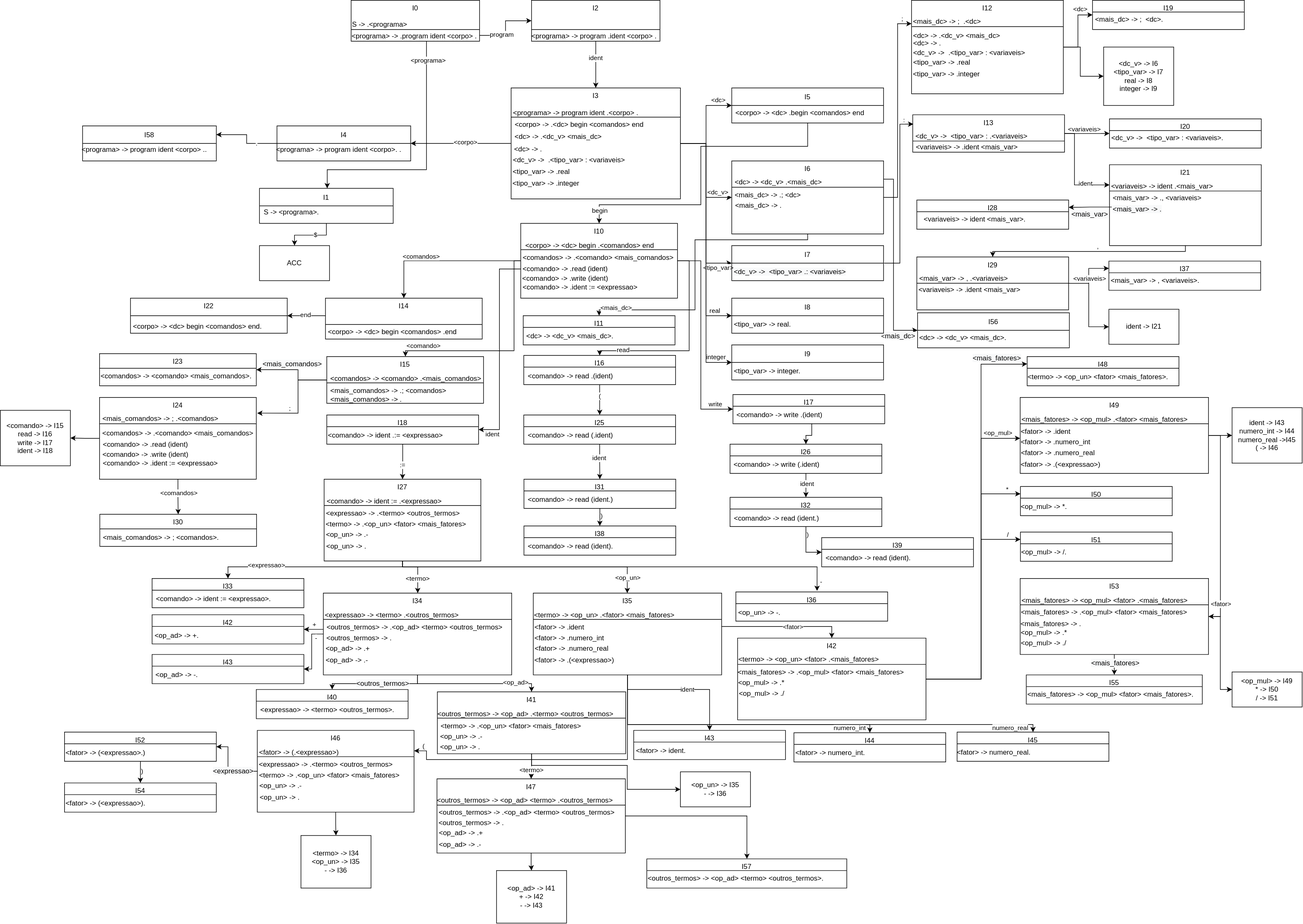
Above: syntatic/Syntatic_Automata_LALG.svg in SousaPedroso/compiler (draw.io), before the change. Source tidied: cells renumbered, new cells last; positions are measured from the earlier drawing's top-left corner, leaving out a move shared by most shapes.
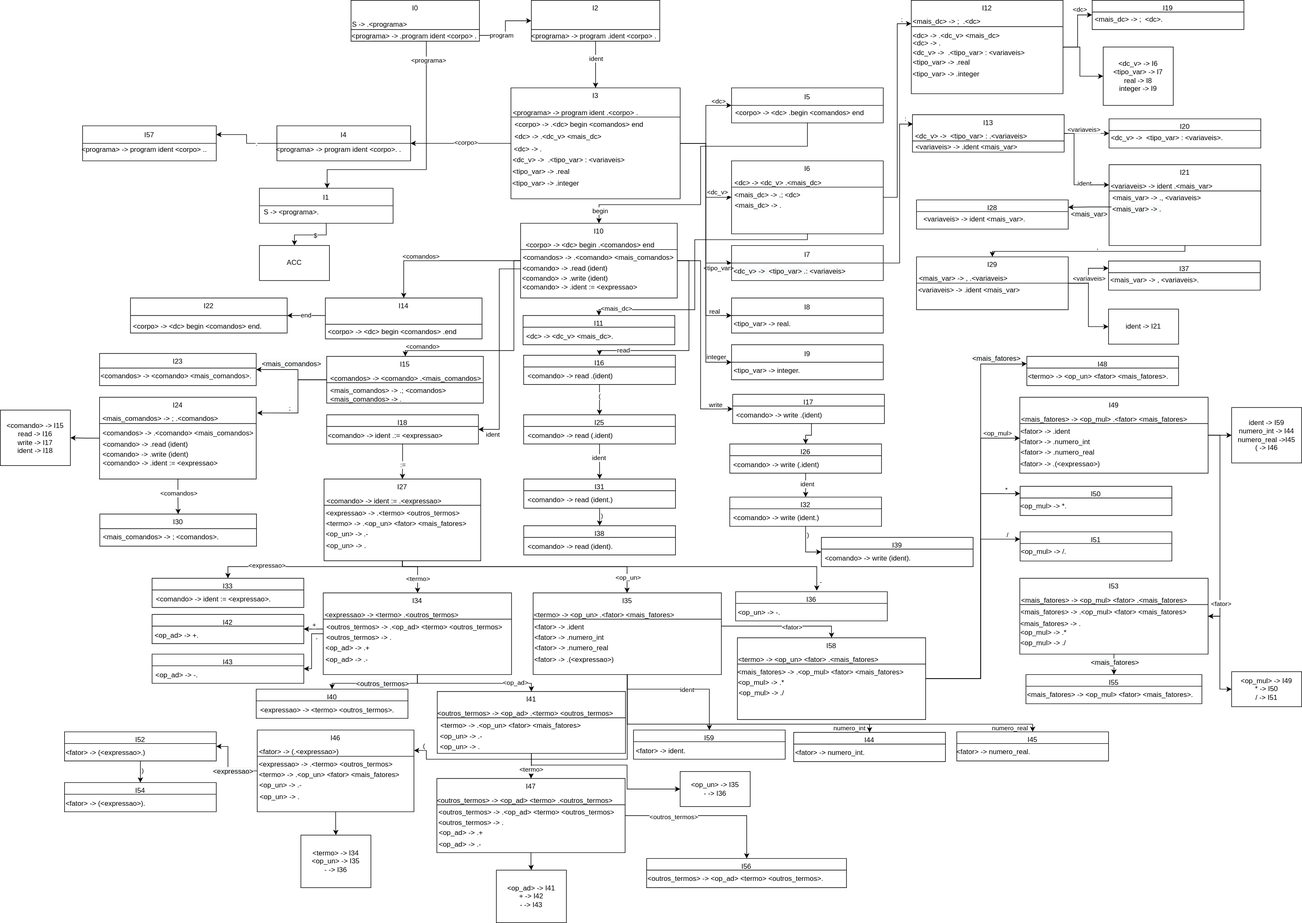
The same file after the commit.

Commit message:
Removed duplicated states

What changed in the source:
```diff
@@ -161,19 +161,6 @@
         <mxPoint x="2" y="-9" as="offset" />
       </mxGeometry>
     </mxCell>
-    <mxCell id="43" style="edgeStyle=orthogonalEdgeStyle;rounded=0;jettySize=auto;html=1;entryX=0;entryY=0.5;entryDx=0;entryDy=0;exitX=1;exitY=0.25;exitDx=0;exitDy=0;" parent="1" edge="1" source="45" target="315">
-      <mxGeometry relative="1" as="geometry">
-        <Array as="points">
-          <mxPoint x="1530" y="306" />
-          <mxPoint x="1530" y="565" />
-        </Array>
-      </mxGeometry>
-    </mxCell>
-    <mxCell id="44" value="&amp;lt;&lt;span style=&quot;font-size: 12px; background-color: rgb(248, 249, 250);&quot;&gt;mais_dc&amp;gt;&lt;/span&gt;" style="edgeLabel;html=1;align=center;verticalAlign=middle;" parent="43" vertex="1">
-      <mxGeometry x="0.54" relative="1" as="geometry">
-        <mxPoint x="8" y="41" as="offset" />
-      </mxGeometry>
-    </mxCell>
     <mxCell id="45" value="I6" style="swimlane;fontStyle=0;horizontal=1;startSize=45;labelBackgroundColor=none;fillColor=none;verticalAlign=top;" parent="1" vertex="1">
       <mxGeometry x="1253" y="275" width="260" height="125" as="geometry" />
     </mxCell>
@@ -732,7 +719,7 @@
     <mxCell id="185" value="I32" style="swimlane;fontStyle=0;horizontal=1;startSize=20;labelBackgroundColor=none;fillColor=none;verticalAlign=top;" parent="1" vertex="1">
       <mxGeometry x="1250" y="851" width="260" height="50" as="geometry" />
     </mxCell>
-    <mxCell id="186" value="&amp;lt;comando&amp;gt; -&amp;gt; read (ident.)" style="text;html=1;strokeColor=none;fillColor=none;align=center;verticalAlign=middle;whiteSpace=wrap;rounded=0;labelBackgroundColor=none;" parent="1" vertex="1">
+    <mxCell id="186" value="&amp;lt;comando&amp;gt; -&amp;gt; write (ident.)" style="text;html=1;strokeColor=none;fillColor=none;align=center;verticalAlign=middle;whiteSpace=wrap;rounded=0;labelBackgroundColor=none;" parent="1" vertex="1">
       <mxGeometry x="1251" y="876" width="158" height="21" as="geometry" />
     </mxCell>
     <mxCell id="187" value="I33" style="swimlane;fontStyle=0;horizontal=1;startSize=20;labelBackgroundColor=none;fillColor=none;verticalAlign=top;" parent="1" vertex="1">
@@ -909,7 +896,7 @@
     <mxCell id="226" value="I39" style="swimlane;fontStyle=0;horizontal=1;startSize=20;labelBackgroundColor=none;fillColor=none;verticalAlign=top;" parent="1" vertex="1">
       <mxGeometry x="1407" y="920" width="260" height="50" as="geometry" />
     </mxCell>
-    <mxCell id="227" value="&amp;lt;comando&amp;gt; -&amp;gt; read (ident)." style="text;html=1;strokeColor=none;fillColor=none;align=center;verticalAlign=middle;whiteSpace=wrap;rounded=0;labelBackgroundColor=none;" parent="1" vertex="1">
+    <mxCell id="227" value="&amp;lt;comando&amp;gt; -&amp;gt; write (ident)." style="text;html=1;strokeColor=none;fillColor=none;align=center;verticalAlign=middle;whiteSpace=wrap;rounded=0;labelBackgroundColor=none;" parent="1" vertex="1">
       <mxGeometry x="1408" y="945" width="158" height="21" as="geometry" />
     </mxCell>
     <mxCell id="228" value="I40" style="swimlane;fontStyle=0;horizontal=1;startSize=20;labelBackgroundColor=none;fillColor=none;verticalAlign=top;" parent="1" vertex="1">
@@ -1013,7 +1000,7 @@
         <mxPoint y="-8" as="offset" />
       </mxGeometry>
     </mxCell>
-    <mxCell id="250" value="I42" style="swimlane;fontStyle=0;horizontal=1;startSize=45;labelBackgroundColor=none;fillColor=none;verticalAlign=top;" parent="1" vertex="1">
+    <mxCell id="250" value="I58" style="swimlane;fontStyle=0;horizontal=1;startSize=45;labelBackgroundColor=none;fillColor=none;verticalAlign=top;" parent="1" vertex="1">
       <mxGeometry x="1263" y="1092" width="322.6" height="140" as="geometry" />
     </mxCell>
     <mxCell id="251" value="&amp;lt;termo&amp;gt; -&amp;gt; &amp;lt;op_un&amp;gt; &amp;lt;fator&amp;gt; .&amp;lt;mais_fatores&amp;gt;" style="text;html=1;strokeColor=none;fillColor=none;align=center;verticalAlign=middle;whiteSpace=wrap;rounded=0;labelBackgroundColor=none;" parent="1" vertex="1">
@@ -1028,7 +1015,7 @@
     <mxCell id="254" value="&amp;lt;op_mul&amp;gt; -&amp;gt; ./" style="text;html=1;strokeColor=none;fillColor=none;align=center;verticalAlign=middle;whiteSpace=wrap;rounded=0;" parent="1" vertex="1">
       <mxGeometry x="1260.2" y="1177" width="88.8" height="20" as="geometry" />
     </mxCell>
-    <mxCell id="255" value="I43" style="swimlane;fontStyle=0;horizontal=1;startSize=20;labelBackgroundColor=none;fillColor=none;verticalAlign=top;" parent="1" vertex="1">
+    <mxCell id="255" value="I59" style="swimlane;fontStyle=0;horizontal=1;startSize=20;labelBackgroundColor=none;fillColor=none;verticalAlign=top;" parent="1" vertex="1">
       <mxGeometry x="1085" y="1250" width="260" height="50" as="geometry" />
     </mxCell>
     <mxCell id="256" value="&amp;lt;fator&amp;gt; -&amp;gt; ident." style="text;html=1;strokeColor=none;fillColor=none;align=center;verticalAlign=middle;whiteSpace=wrap;rounded=0;labelBackgroundColor=none;" parent="1" vertex="1">
@@ -1088,6 +1075,11 @@
         </Array>
       </mxGeometry>
     </mxCell>
+    <mxCell id="323" value="&amp;lt;outros_termos&amp;gt;" style="edgeLabel;html=1;align=center;verticalAlign=middle;" parent="271" vertex="1">
+      <mxGeometry x="-0.41" y="-1" relative="1" as="geometry">
+        <mxPoint y="1" as="offset" />
+      </mxGeometry>
+    </mxCell>
     <mxCell id="272" value="I47" style="swimlane;fontStyle=0;horizontal=1;startSize=45;labelBackgroundColor=none;fillColor=none;verticalAlign=top;" parent="1" vertex="1">
       <mxGeometry x="748" y="1333" width="322.6" height="127" as="geometry" />
     </mxCell>
@@ -1196,7 +1188,7 @@
     <mxCell id="304" value="&amp;lt;mais_fatores&amp;gt; -&amp;gt; &amp;lt;op_mul&amp;gt; &amp;lt;fator&amp;gt; .&amp;lt;mais_fatores&amp;gt;" style="text;html=1;strokeColor=none;fillColor=none;align=center;verticalAlign=middle;whiteSpace=wrap;rounded=0;labelBackgroundColor=none;" parent="1" vertex="1">
       <mxGeometry x="1744" y="1017" width="296" height="21" as="geometry" />
     </mxCell>
-    <mxCell id="305" value="ident -&amp;gt; I43&lt;br&gt;numero_int -&amp;gt; I44&lt;br&gt;numero_real -&amp;gt;I45&lt;br&gt;( -&amp;gt; I46" style="rounded=0;whiteSpace=wrap;html=1;" parent="1" vertex="1">
+    <mxCell id="305" value="ident -&amp;gt; I59&lt;br&gt;numero_int -&amp;gt; I44&lt;br&gt;numero_real -&amp;gt;I45&lt;br&gt;( -&amp;gt; I46" style="rounded=0;whiteSpace=wrap;html=1;" parent="1" vertex="1">
       <mxGeometry x="2110" y="697.5" width="120" height="95" as="geometry" />
     </mxCell>
     <mxCell id="306" value="&amp;lt;mais_fatores&amp;gt; -&amp;gt; .&amp;lt;op_mul&amp;gt; &amp;lt;fator&amp;gt; &amp;lt;mais_fatores&amp;gt;" style="text;html=1;strokeColor=none;fillColor=none;align=center;verticalAlign=middle;whiteSpace=wrap;rounded=0;" parent="1" vertex="1">
@@ -1226,13 +1218,7 @@
     <mxCell id="314" value="&amp;lt;op_mul&amp;gt; -&amp;gt; I49&lt;br&gt;* -&amp;gt; I50&lt;br&gt;/ -&amp;gt; I51" style="rounded=0;whiteSpace=wrap;html=1;" parent="1" vertex="1">
       <mxGeometry x="2110" y="1150" width="120" height="60" as="geometry" />
     </mxCell>
-    <mxCell id="315" value="I56" style="swimlane;fontStyle=0;horizontal=1;startSize=30;labelBackgroundColor=none;fillColor=none;" parent="1" vertex="1">
-      <mxGeometry x="1571.2" y="535" width="260" height="60" as="geometry" />
-    </mxCell>
-    <mxCell id="316" value="&amp;lt;dc&amp;gt; -&amp;gt; &amp;lt;dc_v&amp;gt; &amp;lt;mais_dc&amp;gt;." style="text;html=1;strokeColor=none;fillColor=none;align=center;verticalAlign=middle;whiteSpace=wrap;rounded=0;labelBackgroundColor=none;" parent="1" vertex="1">
-      <mxGeometry x="1563.8" y="574" width="170" height="8" as="geometry" />
-    </mxCell>
-    <mxCell id="317" value="I57" style="swimlane;fontStyle=0;horizontal=1;startSize=20;labelBackgroundColor=none;fillColor=none;verticalAlign=top;" parent="1" vertex="1">
+    <mxCell id="317" value="I56" style="swimlane;fontStyle=0;horizontal=1;startSize=20;labelBackgroundColor=none;fillColor=none;verticalAlign=top;" parent="1" vertex="1">
       <mxGeometry x="1107.5" y="1470" width="342.5" height="50" as="geometry" />
     </mxCell>
     <mxCell id="318" value="&amp;lt;outros_termos&amp;gt; -&amp;gt; &amp;lt;op_ad&amp;gt; &amp;lt;termo&amp;gt; &amp;lt;outros_termos&amp;gt;." style="text;html=1;strokeColor=none;fillColor=none;align=center;verticalAlign=middle;whiteSpace=wrap;rounded=0;labelBackgroundColor=none;" parent="1" vertex="1">
@@ -1244,7 +1230,7 @@
     <mxCell id="320" value="&lt;span style=&quot;text-align: left;&quot;&gt;&amp;lt;programa&amp;gt; -&amp;gt; program .ident &amp;lt;corpo&amp;gt; .&lt;/span&gt;" style="text;html=1;strokeColor=none;fillColor=none;align=center;verticalAlign=middle;whiteSpace=wrap;rounded=0;" parent="1" vertex="1">
       <mxGeometry x="906" y="55" width="223" height="13" as="geometry" />
     </mxCell>
-    <mxCell id="321" value="I58" style="swimlane;fontStyle=0;horizontal=1;startSize=30;labelBackgroundColor=none;fillColor=none;" parent="1" vertex="1">
+    <mxCell id="321" value="I57" style="swimlane;fontStyle=0;horizontal=1;startSize=30;labelBackgroundColor=none;fillColor=none;" parent="1" vertex="1">
       <mxGeometry x="141" y="215" width="229" height="60" as="geometry" />
     </mxCell>
     <mxCell id="322" value="&lt;span style=&quot;text-align: left;&quot;&gt;&amp;lt;programa&amp;gt; -&amp;gt; program ident &amp;lt;corpo&amp;gt; ..&lt;/span&gt;" style="text;html=1;strokeColor=none;fillColor=none;align=center;verticalAlign=middle;whiteSpace=wrap;rounded=0;labelBackgroundColor=none;" parent="1" vertex="1">
```
